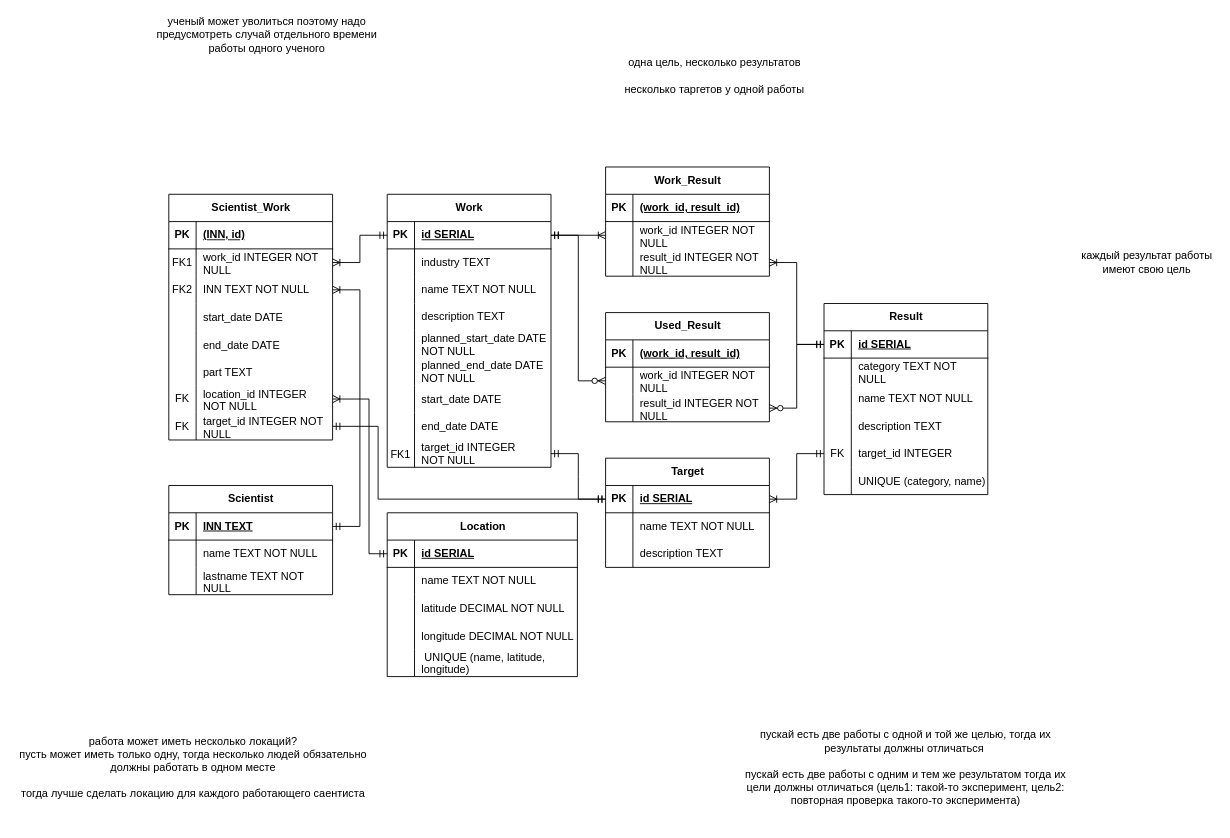
vanya9090/itmo keeps this draw.io diagram as DB/lab_1/diagrams/data.drawio. Above is the earlier version. Source tidied: cells renumbered, new cells numbered last; positions are measured from the earlier drawing's top-left corner, leaving out a move shared by most shapes. Both pictures are drawn from the tidied source at 91%, with x=0, y=0 at pixel (15, 21).
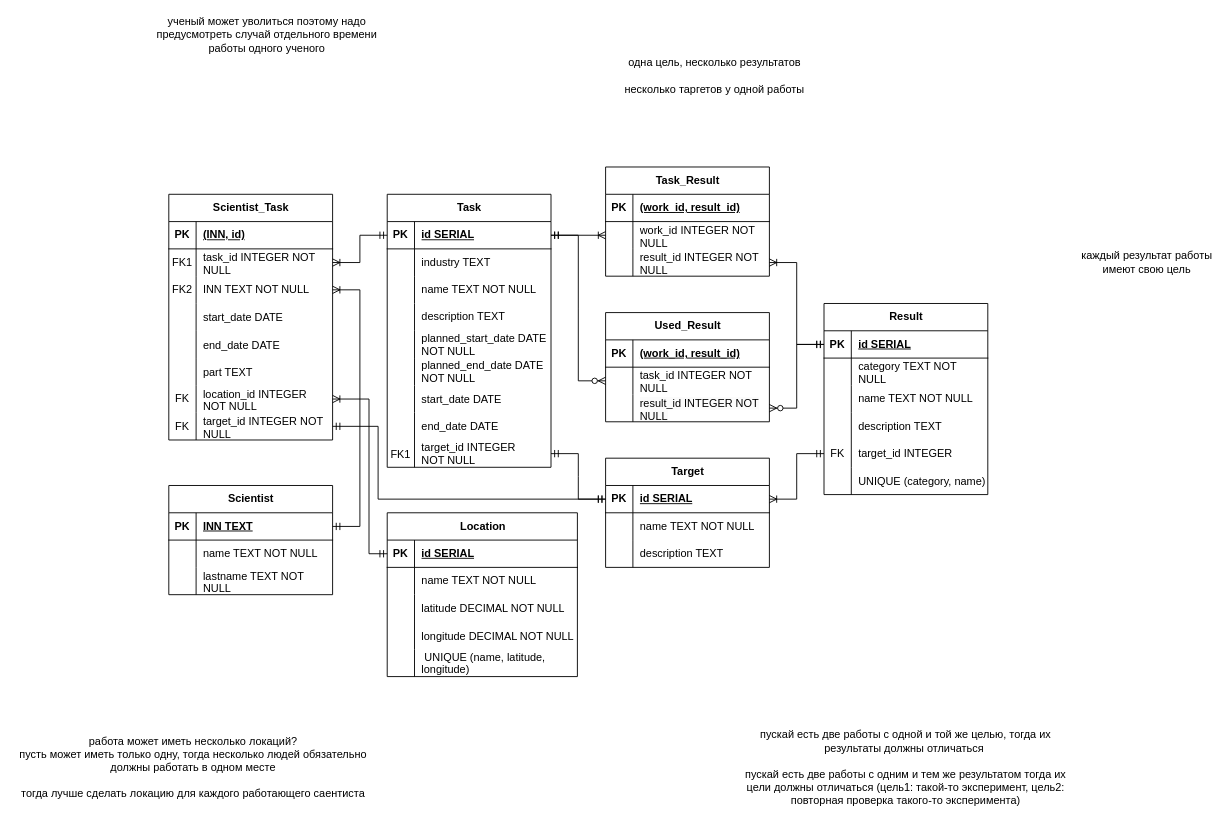
The same diagram, later.

The change refers to these unchanged cells:
```xml
<mxCell id="89" style="shape=tableRow;horizontal=0;startSize=0;swimlaneHead=0;swimlaneBody=0;fillColor=none;points=[[0,0.5],[1,0.5]];portConstraint=eastwest;top=0;left=0;right=0;bottom=0;" parent="85" vertex="1">
  <mxGeometry y="60" width="180" height="30" as="geometry" />
</mxCell>
<mxCell id="135" style="shape=tableRow;horizontal=0;startSize=0;swimlaneHead=0;swimlaneBody=0;fillColor=none;points=[[0,0.5],[1,0.5]];portConstraint=eastwest;top=0;left=0;right=0;bottom=0;" parent="131" vertex="1">
  <mxGeometry y="60" width="180" height="30" as="geometry" />
</mxCell>
```

Diff of the diagram source:
```diff
@@
-    <mxCell id="57" value="Work" style="shape=table;startSize=30;childLayout=tableLayout;rowLines=0;fontStyle=1;align=center;html=1;" parent="1" vertex="1">
+    <mxCell id="57" value="Task" style="shape=table;startSize=30;childLayout=tableLayout;rowLines=0;fontStyle=1;align=center;html=1;" parent="1" vertex="1">
       <mxGeometry x="408" y="190" width="180" height="300" as="geometry" />
     </mxCell>
@@
-    <mxCell id="85" value="Scientist_Work" style="shape=table;startSize=30;childLayout=tableLayout;rowLines=0;fontStyle=1;align=center;html=1;" parent="1" vertex="1">
+    <mxCell id="85" value="Scientist_Task" style="shape=table;startSize=30;childLayout=tableLayout;rowLines=0;fontStyle=1;align=center;html=1;" parent="1" vertex="1">
       <mxGeometry x="168" y="190" width="180" height="270" as="geometry" />
     </mxCell>
@@
-    <mxCell id="91" value="work_id INTEGER NOT NULL" style="shape=partialRectangle;fillColor=none;top=0;left=0;bottom=0;right=0;align=left;spacingLeft=6;overflow=hidden;whiteSpace=wrap;html=1;" parent="89" vertex="1">
+    <mxCell id="91" value="task_id INTEGER NOT NULL" style="shape=partialRectangle;fillColor=none;top=0;left=0;bottom=0;right=0;align=left;spacingLeft=6;overflow=hidden;whiteSpace=wrap;html=1;" parent="89" vertex="1">
       <mxGeometry x="30" width="150" height="30" as="geometry" />
     </mxCell>
@@
-    <mxCell id="115" value="Work_Result" style="shape=table;startSize=30;childLayout=tableLayout;rowLines=0;fontStyle=1;align=center;html=1;" parent="1" vertex="1">
+    <mxCell id="115" value="Task_Result" style="shape=table;startSize=30;childLayout=tableLayout;rowLines=0;fontStyle=1;align=center;html=1;" parent="1" vertex="1">
       <mxGeometry x="648" y="160" width="180" height="120" as="geometry" />
     </mxCell>
@@
-    <mxCell id="137" value="work_id INTEGER NOT NULL" style="shape=partialRectangle;fillColor=none;top=0;left=0;bottom=0;right=0;align=left;spacingLeft=6;overflow=hidden;whiteSpace=wrap;html=1;" parent="135" vertex="1">
+    <mxCell id="137" value="task_id INTEGER NOT NULL" style="shape=partialRectangle;fillColor=none;top=0;left=0;bottom=0;right=0;align=left;spacingLeft=6;overflow=hidden;whiteSpace=wrap;html=1;" parent="135" vertex="1">
       <mxGeometry x="30" width="150" height="30" as="geometry" />
     </mxCell>
```
